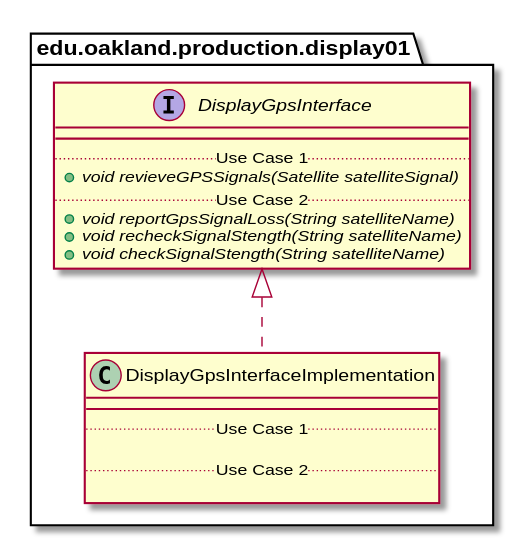
Before: docs/uml-class-diagrams/display01/production/DisplayGpsInterfaceImplementation/DisplayGpsInterfaceImplementation_DirectDependencies.svg, a diagram exported from PlantUML (andrewdimmer/csi-3370-software-project).
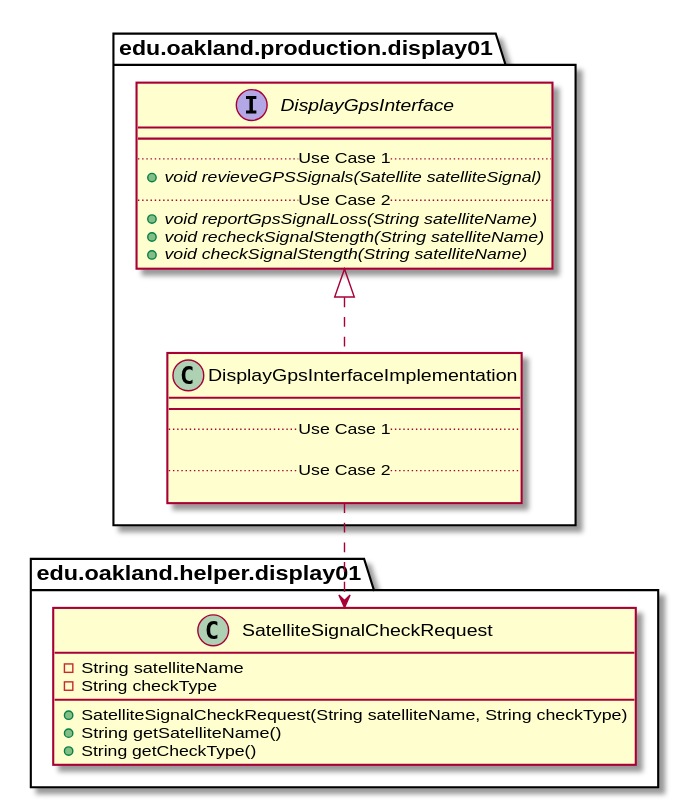
After the change.

What changed in the source:
```diff
@@ -28,6 +28,17 @@
 DisplayGpsInterfaceImplementation .up.|> DisplayGpsInterface
 
 
+package edu.oakland.helper.display01 {
+    class SatelliteSignalCheckRequest {
+        - String satelliteName
+        - String checkType
+        + SatelliteSignalCheckRequest(String satelliteName, String checkType)
+        + String getSatelliteName()
+        + String getCheckType()
+    }
+}
+
+DisplayGpsInterfaceImplementation ..> SatelliteSignalCheckRequest
 
 
 
```
